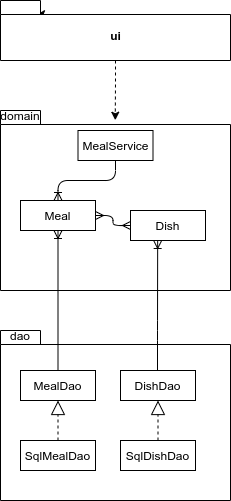
Before: Ruokapaivakirja/Dokumentaatio/kuvat/arkkitehtuuri.png, a diagram exported from draw.io (Jarkkorm/ot-harjoitustyo). Source tidied: cells renumbered, new cells last; positions are measured from the earlier drawing's top-left corner, leaving out a move shared by most shapes. Its diagram source:
```xml
<mxGraphModel>
  <root>
    <mxCell id="0" />
    <mxCell id="1" parent="0" />
    <mxCell id="2" style="edgeStyle=orthogonalEdgeStyle;rounded=0;jettySize=auto;html=1;exitX=0;exitY=0;exitDx=40;exitDy=14;exitPerimeter=0;entryX=0.908;entryY=1.217;entryDx=0;entryDy=0;entryPerimeter=0;" parent="1" edge="1" source="4">
      <mxGeometry relative="1" as="geometry">
        <mxPoint x="36.3" y="14.3" as="targetPoint" />
      </mxGeometry>
    </mxCell>
    <mxCell id="3" style="edgeStyle=orthogonalEdgeStyle;rounded=1;jettySize=auto;html=1;entryX=0.499;entryY=0.054;entryDx=0;entryDy=0;entryPerimeter=0;dashed=1;" parent="1" edge="1" source="4" target="6">
      <mxGeometry relative="1" as="geometry" />
    </mxCell>
    <mxCell id="4" value="ui" style="shape=folder;fontStyle=1;spacingTop=10;tabWidth=40;tabHeight=14;tabPosition=left;html=1;" parent="1" vertex="1">
      <mxGeometry width="230" height="60" as="geometry" />
    </mxCell>
    <mxCell id="5" style="shape=folder;fontStyle=1;spacingTop=10;tabWidth=40;tabHeight=14;tabPosition=left;html=1;" parent="1" vertex="1">
      <mxGeometry y="330" width="230" height="170" as="geometry" />
    </mxCell>
    <mxCell id="6" style="shape=folder;fontStyle=1;spacingTop=10;tabWidth=40;tabHeight=14;tabPosition=left;html=1;" parent="1" vertex="1">
      <mxGeometry y="110" width="230" height="180" as="geometry" />
    </mxCell>
    <mxCell id="7" value="domain" style="text;html=1;strokeColor=none;fillColor=none;align=center;verticalAlign=middle;whiteSpace=wrap;rounded=0;" parent="1" vertex="1">
      <mxGeometry y="110" width="40" height="10" as="geometry" />
    </mxCell>
    <mxCell id="8" value="dao" style="text;html=1;strokeColor=none;fillColor=none;align=center;verticalAlign=middle;whiteSpace=wrap;rounded=0;" parent="1" vertex="1">
      <mxGeometry y="330" width="40" height="10" as="geometry" />
    </mxCell>
    <mxCell id="9" style="edgeStyle=orthogonalEdgeStyle;fontSize=11;html=1;endArrow=ERoneToMany;fontFamily=Helvetica;fontColor=#000000;align=center;strokeColor=#000000;" parent="1" edge="1" source="10" target="13">
      <mxGeometry relative="1" as="geometry" />
    </mxCell>
    <mxCell id="10" value="MealService" style="whiteSpace=wrap;html=1;align=center;" parent="1" vertex="1">
      <mxGeometry x="77.5" y="130" width="75" height="30" as="geometry" />
    </mxCell>
    <mxCell id="11" style="edgeStyle=orthogonalEdgeStyle;fontSize=11;html=1;endArrow=ERmany;startArrow=ERmany;fontFamily=Helvetica;fontColor=#000000;align=center;strokeColor=#000000;" parent="1" edge="1" source="13" target="16">
      <mxGeometry relative="1" as="geometry" />
    </mxCell>
    <mxCell id="12" style="edgeStyle=orthogonalEdgeStyle;fontSize=11;html=1;endArrow=ERoneToMany;fontFamily=Helvetica;fontColor=#000000;align=center;strokeColor=#000000;entryX=0.5;entryY=1;entryDx=0;entryDy=0;exitX=0.5;exitY=0;exitDx=0;exitDy=0;" parent="1" edge="1" source="15" target="13">
      <mxGeometry relative="1" as="geometry" />
    </mxCell>
    <mxCell id="13" value="Meal" style="whiteSpace=wrap;html=1;align=center;" parent="1" vertex="1">
      <mxGeometry x="20" y="200" width="75" height="30" as="geometry" />
    </mxCell>
    <mxCell id="14" value="DishDao" style="whiteSpace=wrap;html=1;align=center;" parent="1" vertex="1">
      <mxGeometry x="120" y="370" width="75" height="30" as="geometry" />
    </mxCell>
    <mxCell id="15" value="MealDao" style="whiteSpace=wrap;html=1;align=center;" parent="1" vertex="1">
      <mxGeometry x="20" y="370" width="75" height="30" as="geometry" />
    </mxCell>
    <mxCell id="16" value="Dish" style="whiteSpace=wrap;html=1;align=center;" parent="1" vertex="1">
      <mxGeometry x="130" y="210" width="75" height="30" as="geometry" />
    </mxCell>
    <mxCell id="17" style="endArrow=block;dashed=1;endFill=0;endSize=12;html=1;fontFamily=Helvetica;fontSize=11;fontColor=#000000;align=center;strokeColor=#000000;edgeStyle=orthogonalEdgeStyle;" parent="1" edge="1" source="18" target="15">
      <mxGeometry relative="1" as="geometry" />
    </mxCell>
    <mxCell id="18" value="SqlMealDao" style="whiteSpace=wrap;html=1;align=center;" parent="1" vertex="1">
      <mxGeometry x="20" y="440" width="75" height="30" as="geometry" />
    </mxCell>
    <mxCell id="19" style="endArrow=block;dashed=1;endFill=0;endSize=12;html=1;fontFamily=Helvetica;fontSize=11;fontColor=#000000;align=center;strokeColor=#000000;edgeStyle=orthogonalEdgeStyle;" parent="1" edge="1" source="20" target="14">
      <mxGeometry relative="1" as="geometry" />
    </mxCell>
    <mxCell id="20" value="SqlDishDao" style="whiteSpace=wrap;html=1;align=center;" parent="1" vertex="1">
      <mxGeometry x="120" y="440" width="75" height="30" as="geometry" />
    </mxCell>
    <mxCell id="21" style="edgeStyle=orthogonalEdgeStyle;fontSize=11;html=1;endArrow=ERoneToMany;fontFamily=Helvetica;fontColor=#000000;align=center;strokeColor=#000000;entryX=0.5;entryY=1;entryDx=0;entryDy=0;" parent="1" edge="1">
      <mxGeometry relative="1" as="geometry">
        <mxPoint x="157" y="370" as="sourcePoint" />
        <mxPoint x="157.2" y="240" as="targetPoint" />
        <Array as="points">
          <mxPoint x="157" y="330" />
          <mxPoint x="157" y="330" />
        </Array>
      </mxGeometry>
    </mxCell>
  </root>
</mxGraphModel>
```
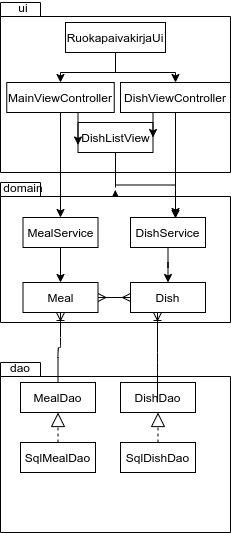
Above is the later version.

Diff of the diagram source:
```diff
@@ -10,26 +10,26 @@
     <mxCell id="3" style="edgeStyle=orthogonalEdgeStyle;rounded=1;jettySize=auto;html=1;entryX=0.499;entryY=0.054;entryDx=0;entryDy=0;entryPerimeter=0;dashed=1;" parent="1" edge="1" source="4" target="6">
       <mxGeometry relative="1" as="geometry" />
     </mxCell>
-    <mxCell id="4" value="ui" style="shape=folder;fontStyle=1;spacingTop=10;tabWidth=40;tabHeight=14;tabPosition=left;html=1;" parent="1" vertex="1">
-      <mxGeometry width="230" height="60" as="geometry" />
+    <mxCell id="4" style="shape=folder;fontStyle=1;spacingTop=10;tabWidth=40;tabHeight=14;tabPosition=left;html=1;" parent="1" vertex="1">
+      <mxGeometry y="-30" width="230" height="170" as="geometry" />
     </mxCell>
     <mxCell id="5" style="shape=folder;fontStyle=1;spacingTop=10;tabWidth=40;tabHeight=14;tabPosition=left;html=1;" parent="1" vertex="1">
       <mxGeometry y="330" width="230" height="170" as="geometry" />
     </mxCell>
     <mxCell id="6" style="shape=folder;fontStyle=1;spacingTop=10;tabWidth=40;tabHeight=14;tabPosition=left;html=1;" parent="1" vertex="1">
-      <mxGeometry y="110" width="230" height="180" as="geometry" />
+      <mxGeometry y="150" width="230" height="140" as="geometry" />
     </mxCell>
     <mxCell id="7" value="domain" style="text;html=1;strokeColor=none;fillColor=none;align=center;verticalAlign=middle;whiteSpace=wrap;rounded=0;" parent="1" vertex="1">
-      <mxGeometry y="110" width="40" height="10" as="geometry" />
+      <mxGeometry x="2.5" y="150" width="40" height="10" as="geometry" />
     </mxCell>
     <mxCell id="8" value="dao" style="text;html=1;strokeColor=none;fillColor=none;align=center;verticalAlign=middle;whiteSpace=wrap;rounded=0;" parent="1" vertex="1">
       <mxGeometry y="330" width="40" height="10" as="geometry" />
     </mxCell>
-    <mxCell id="9" style="edgeStyle=orthogonalEdgeStyle;fontSize=11;html=1;endArrow=ERoneToMany;fontFamily=Helvetica;fontColor=#000000;align=center;strokeColor=#000000;" parent="1" edge="1" source="10" target="13">
-      <mxGeometry relative="1" as="geometry" />
-    </mxCell>
+    <mxCell id="22" style="edgeStyle=orthogonalEdgeStyle;rounded=0;jettySize=auto;html=1;exitX=0.5;exitY=1;exitDx=0;exitDy=0;" parent="1" edge="1" source="10" target="16">
+      <mxGeometry relative="1" as="geometry" />
+    </mxCell>
-    <mxCell id="10" value="MealService" style="whiteSpace=wrap;html=1;align=center;" parent="1" vertex="1">
-      <mxGeometry x="77.5" y="130" width="75" height="30" as="geometry" />
+    <mxCell id="10" value="DishService" style="whiteSpace=wrap;html=1;align=center;" parent="1" vertex="1">
+      <mxGeometry x="130" y="185" width="75" height="30" as="geometry" />
     </mxCell>
     <mxCell id="11" style="edgeStyle=orthogonalEdgeStyle;fontSize=11;html=1;endArrow=ERmany;startArrow=ERmany;fontFamily=Helvetica;fontColor=#000000;align=center;strokeColor=#000000;" parent="1" edge="1" source="13" target="16">
       <mxGeometry relative="1" as="geometry" />
@@ -38,38 +38,80 @@
       <mxGeometry relative="1" as="geometry" />
     </mxCell>
     <mxCell id="13" value="Meal" style="whiteSpace=wrap;html=1;align=center;" parent="1" vertex="1">
-      <mxGeometry x="20" y="200" width="75" height="30" as="geometry" />
+      <mxGeometry x="22.5" y="250" width="75" height="30" as="geometry" />
     </mxCell>
     <mxCell id="14" value="DishDao" style="whiteSpace=wrap;html=1;align=center;" parent="1" vertex="1">
-      <mxGeometry x="120" y="370" width="75" height="30" as="geometry" />
+      <mxGeometry x="120" y="350" width="75" height="30" as="geometry" />
     </mxCell>
     <mxCell id="15" value="MealDao" style="whiteSpace=wrap;html=1;align=center;" parent="1" vertex="1">
-      <mxGeometry x="20" y="370" width="75" height="30" as="geometry" />
+      <mxGeometry x="20" y="350" width="75" height="30" as="geometry" />
     </mxCell>
     <mxCell id="16" value="Dish" style="whiteSpace=wrap;html=1;align=center;" parent="1" vertex="1">
-      <mxGeometry x="130" y="210" width="75" height="30" as="geometry" />
+      <mxGeometry x="130" y="250" width="75" height="30" as="geometry" />
     </mxCell>
     <mxCell id="17" style="endArrow=block;dashed=1;endFill=0;endSize=12;html=1;fontFamily=Helvetica;fontSize=11;fontColor=#000000;align=center;strokeColor=#000000;edgeStyle=orthogonalEdgeStyle;" parent="1" edge="1" source="18" target="15">
       <mxGeometry relative="1" as="geometry" />
     </mxCell>
     <mxCell id="18" value="SqlMealDao" style="whiteSpace=wrap;html=1;align=center;" parent="1" vertex="1">
-      <mxGeometry x="20" y="440" width="75" height="30" as="geometry" />
+      <mxGeometry x="20" y="410" width="75" height="30" as="geometry" />
     </mxCell>
     <mxCell id="19" style="endArrow=block;dashed=1;endFill=0;endSize=12;html=1;fontFamily=Helvetica;fontSize=11;fontColor=#000000;align=center;strokeColor=#000000;edgeStyle=orthogonalEdgeStyle;" parent="1" edge="1" source="20" target="14">
       <mxGeometry relative="1" as="geometry" />
     </mxCell>
     <mxCell id="20" value="SqlDishDao" style="whiteSpace=wrap;html=1;align=center;" parent="1" vertex="1">
-      <mxGeometry x="120" y="440" width="75" height="30" as="geometry" />
+      <mxGeometry x="120" y="410" width="75" height="30" as="geometry" />
     </mxCell>
-    <mxCell id="21" style="edgeStyle=orthogonalEdgeStyle;fontSize=11;html=1;endArrow=ERoneToMany;fontFamily=Helvetica;fontColor=#000000;align=center;strokeColor=#000000;entryX=0.5;entryY=1;entryDx=0;entryDy=0;" parent="1" edge="1">
+    <mxCell id="21" style="edgeStyle=orthogonalEdgeStyle;fontSize=11;html=1;endArrow=ERoneToMany;fontFamily=Helvetica;fontColor=#000000;align=center;strokeColor=#000000;" parent="1" edge="1">
       <mxGeometry relative="1" as="geometry">
         <mxPoint x="157" y="370" as="sourcePoint" />
-        <mxPoint x="157.2" y="240" as="targetPoint" />
+        <mxPoint x="157" y="280" as="targetPoint" />
         <Array as="points">
           <mxPoint x="157" y="330" />
           <mxPoint x="157" y="330" />
         </Array>
       </mxGeometry>
     </mxCell>
+    <mxCell id="23" style="edgeStyle=orthogonalEdgeStyle;rounded=0;jettySize=auto;html=1;exitX=0.5;exitY=1;exitDx=0;exitDy=0;" parent="1" edge="1" source="24" target="13">
+      <mxGeometry relative="1" as="geometry" />
+    </mxCell>
+    <mxCell id="24" value="MealService" style="whiteSpace=wrap;html=1;align=center;" parent="1" vertex="1">
+      <mxGeometry x="22.5" y="185" width="75" height="30" as="geometry" />
+    </mxCell>
+    <mxCell id="25" value="ui" style="text;html=1;strokeColor=none;fillColor=none;align=center;verticalAlign=middle;whiteSpace=wrap;rounded=0;" parent="1" vertex="1">
+      <mxGeometry x="12.5" y="-30" width="20" height="10" as="geometry" />
+    </mxCell>
+    <mxCell id="26" style="edgeStyle=orthogonalEdgeStyle;rounded=0;jettySize=auto;html=1;exitX=0.5;exitY=1;exitDx=0;exitDy=0;entryX=0.6;entryY=0.033;entryDx=0;entryDy=0;entryPerimeter=0;" parent="1" edge="1" source="27" target="10">
+      <mxGeometry relative="1" as="geometry" />
+    </mxCell>
+    <mxCell id="27" value="DishListView" style="whiteSpace=wrap;html=1;align=center;" parent="1" vertex="1">
+      <mxGeometry x="77.5" y="90" width="75" height="30" as="geometry" />
+    </mxCell>
+    <mxCell id="28" style="edgeStyle=orthogonalEdgeStyle;rounded=0;jettySize=auto;html=1;exitX=0.5;exitY=1;exitDx=0;exitDy=0;entryX=1;entryY=0.5;entryDx=0;entryDy=0;" parent="1" edge="1" source="30" target="27">
+      <mxGeometry relative="1" as="geometry" />
+    </mxCell>
+    <mxCell id="29" style="edgeStyle=orthogonalEdgeStyle;rounded=0;jettySize=auto;html=1;exitX=0.5;exitY=1;exitDx=0;exitDy=0;entryX=0.6;entryY=-0.033;entryDx=0;entryDy=0;entryPerimeter=0;" parent="1" edge="1" source="30" target="10">
+      <mxGeometry relative="1" as="geometry" />
+    </mxCell>
+    <mxCell id="30" value="DishViewController" style="whiteSpace=wrap;html=1;align=center;" parent="1" vertex="1">
+      <mxGeometry x="120" y="50" width="110" height="30" as="geometry" />
+    </mxCell>
+    <mxCell id="31" style="edgeStyle=orthogonalEdgeStyle;rounded=0;jettySize=auto;html=1;exitX=0.5;exitY=1;exitDx=0;exitDy=0;entryX=0;entryY=0.75;entryDx=0;entryDy=0;" parent="1" edge="1" source="33" target="27">
+      <mxGeometry relative="1" as="geometry" />
+    </mxCell>
+    <mxCell id="32" style="edgeStyle=orthogonalEdgeStyle;rounded=0;jettySize=auto;html=1;exitX=0.5;exitY=1;exitDx=0;exitDy=0;entryX=0.5;entryY=0;entryDx=0;entryDy=0;" parent="1" edge="1" source="33" target="24">
+      <mxGeometry relative="1" as="geometry" />
+    </mxCell>
+    <mxCell id="33" value="MainViewController" style="whiteSpace=wrap;html=1;align=center;" parent="1" vertex="1">
+      <mxGeometry x="6.2" y="50" width="107.5" height="30" as="geometry" />
+    </mxCell>
+    <mxCell id="34" style="edgeStyle=orthogonalEdgeStyle;rounded=0;jettySize=auto;html=1;exitX=0.5;exitY=1;exitDx=0;exitDy=0;entryX=0.5;entryY=0;entryDx=0;entryDy=0;" parent="1" edge="1" source="36" target="33">
+      <mxGeometry relative="1" as="geometry" />
+    </mxCell>
+    <mxCell id="35" style="edgeStyle=orthogonalEdgeStyle;rounded=0;jettySize=auto;html=1;exitX=0.5;exitY=1;exitDx=0;exitDy=0;" parent="1" edge="1" source="36" target="30">
+      <mxGeometry relative="1" as="geometry" />
+    </mxCell>
+    <mxCell id="36" value="RuokapaivakirjaUi" style="whiteSpace=wrap;html=1;align=center;" parent="1" vertex="1">
+      <mxGeometry x="65" y="-10" width="100" height="30" as="geometry" />
+    </mxCell>
   </root>
 </mxGraphModel>
```
